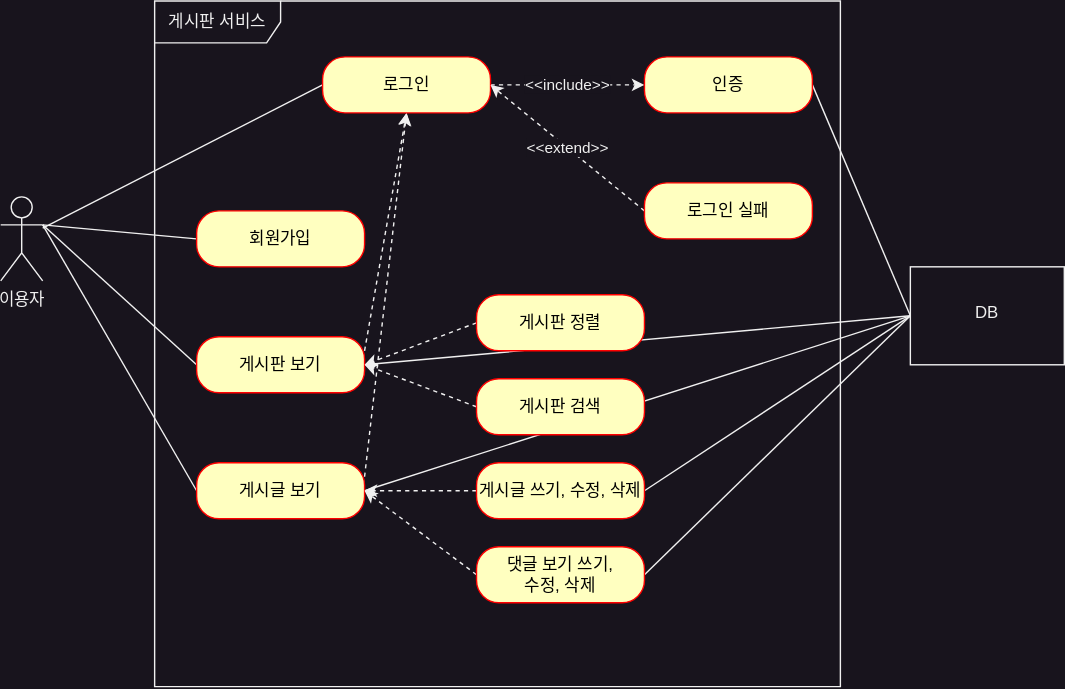
Above: document/use-case.svg in bookpark/fc-board (draw.io), before the change. Source tidied: cells renumbered, new cells last; positions are measured from the earlier drawing's top-left corner, leaving out a move shared by most shapes.
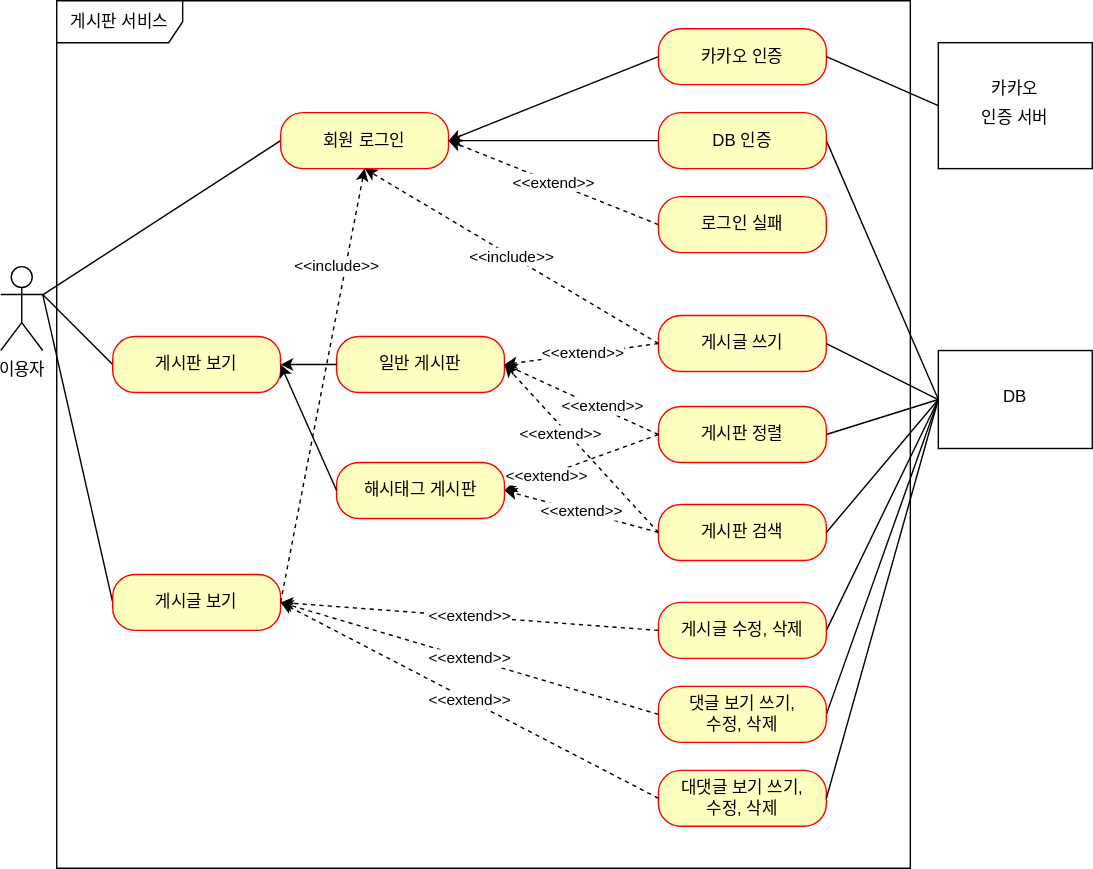
After the change.

Commit message:
#57 - use-case.svg: 카카오 인증 유즈 케이스 추가 (대댓글은 미리 표현함)

The edit, as a diff of the source:
```diff
@@ -6,91 +6,135 @@
       <mxGeometry y="140" width="30" height="60" as="geometry" />
     </mxCell>
     <mxCell id="3" value="&lt;font style=&quot;font-size: 12px;&quot;&gt;게시판 서비스&lt;/font&gt;" style="shape=umlFrame;whiteSpace=wrap;html=1;width=90;height=30;" parent="1" vertex="1">
-      <mxGeometry x="110" width="490" height="490" as="geometry" />
+      <mxGeometry x="40" y="-50" width="610" height="620" as="geometry" />
     </mxCell>
-    <mxCell id="4" style="edgeStyle=none;rounded=0;jettySize=auto;html=1;exitX=0;exitY=0.5;exitDx=0;exitDy=0;entryX=1;entryY=0.3333333333333333;entryDx=0;entryDy=0;entryPerimeter=0;endArrow=none;endFill=0;" parent="1" edge="1" source="5" target="2">
-      <mxGeometry relative="1" as="geometry" />
-    </mxCell>
-    <mxCell id="5" value="회원가입" style="rounded=1;whiteSpace=wrap;html=1;arcSize=40;fontColor=#000000;fillColor=#ffffc0;strokeColor=#ff0000;" parent="1" vertex="1">
-      <mxGeometry x="140" y="150" width="120" height="40" as="geometry" />
-    </mxCell>
     <mxCell id="6" style="edgeStyle=none;rounded=0;jettySize=auto;html=1;exitX=0;exitY=0.5;exitDx=0;exitDy=0;entryX=1;entryY=0.3333333333333333;entryDx=0;entryDy=0;entryPerimeter=0;endArrow=none;endFill=0;" parent="1" edge="1" source="9" target="2">
       <mxGeometry relative="1" as="geometry" />
     </mxCell>
-    <mxCell id="7" style="edgeStyle=none;rounded=0;jettySize=auto;html=1;exitX=1;exitY=0.25;exitDx=0;exitDy=0;entryX=0.5;entryY=1;entryDx=0;entryDy=0;dashed=1;" parent="1" edge="1" source="9" target="16">
-      <mxGeometry relative="1" as="geometry" />
-    </mxCell>
-    <mxCell id="8" style="edgeStyle=none;rounded=0;jettySize=auto;html=1;exitX=1;exitY=0.5;exitDx=0;exitDy=0;entryX=0;entryY=0.5;entryDx=0;entryDy=0;endArrow=none;endFill=0;" parent="1" edge="1" source="9" target="31">
-      <mxGeometry relative="1" as="geometry" />
-    </mxCell>
     <mxCell id="9" value="게시판 보기" style="rounded=1;whiteSpace=wrap;html=1;arcSize=40;fontColor=#000000;fillColor=#ffffc0;strokeColor=#ff0000;" parent="1" vertex="1">
-      <mxGeometry x="140" y="240" width="120" height="40" as="geometry" />
+      <mxGeometry x="80" y="190" width="120" height="40" as="geometry" />
     </mxCell>
     <mxCell id="10" style="edgeStyle=none;rounded=0;jettySize=auto;html=1;exitX=0;exitY=0.5;exitDx=0;exitDy=0;entryX=1;entryY=0.3333333333333333;entryDx=0;entryDy=0;entryPerimeter=0;endArrow=none;endFill=0;" parent="1" edge="1" source="13" target="2">
       <mxGeometry relative="1" as="geometry" />
     </mxCell>
-    <mxCell id="11" style="edgeStyle=none;rounded=0;jettySize=auto;html=1;entryX=0.5;entryY=1;entryDx=0;entryDy=0;dashed=1;exitX=1;exitY=0.25;exitDx=0;exitDy=0;" parent="1" edge="1" source="13" target="16">
-      <mxGeometry relative="1" as="geometry" />
-    </mxCell>
-    <mxCell id="12" style="edgeStyle=none;rounded=0;jettySize=auto;html=1;exitX=1;exitY=0.5;exitDx=0;exitDy=0;entryX=0;entryY=0.5;entryDx=0;entryDy=0;endArrow=none;endFill=0;" parent="1" edge="1" source="13" target="31">
+    <mxCell id="12" style="edgeStyle=none;rounded=0;jettySize=auto;html=1;exitX=1;exitY=0.5;exitDx=0;exitDy=0;entryX=0;entryY=0.5;entryDx=0;entryDy=0;endArrow=none;endFill=0;" parent="1" edge="1" source="22" target="31">
       <mxGeometry relative="1" as="geometry" />
     </mxCell>
     <mxCell id="13" value="게시글 보기" style="rounded=1;whiteSpace=wrap;html=1;arcSize=40;fontColor=#000000;fillColor=#ffffc0;strokeColor=#ff0000;" parent="1" vertex="1">
-      <mxGeometry x="140" y="330" width="120" height="40" as="geometry" />
+      <mxGeometry x="80" y="360" width="120" height="40" as="geometry" />
     </mxCell>
     <mxCell id="14" style="rounded=0;jettySize=auto;html=1;exitX=0;exitY=0.5;exitDx=0;exitDy=0;endArrow=none;endFill=0;" parent="1" edge="1" source="16" target="2">
       <mxGeometry relative="1" as="geometry" />
     </mxCell>
-    <mxCell id="15" value="&amp;lt;&amp;lt;include&amp;gt;&amp;gt;" style="edgeStyle=none;rounded=0;jettySize=auto;html=1;exitX=1;exitY=0.5;exitDx=0;exitDy=0;entryX=0;entryY=0.5;entryDx=0;entryDy=0;endArrow=classic;endFill=1;dashed=1;" parent="1" edge="1" source="16" target="18">
-      <mxGeometry relative="1" as="geometry" />
-    </mxCell>
-    <mxCell id="16" value="로그인" style="rounded=1;whiteSpace=wrap;html=1;arcSize=40;fontColor=#000000;fillColor=#ffffc0;strokeColor=#ff0000;" parent="1" vertex="1">
-      <mxGeometry x="230" y="40" width="120" height="40" as="geometry" />
+    <mxCell id="16" value="회원 로그인" style="rounded=1;whiteSpace=wrap;html=1;arcSize=40;fontColor=#000000;fillColor=#ffffc0;strokeColor=#ff0000;" parent="1" vertex="1">
+      <mxGeometry x="200" y="30" width="120" height="40" as="geometry" />
     </mxCell>
     <mxCell id="17" style="edgeStyle=none;rounded=0;jettySize=auto;html=1;exitX=1;exitY=0.5;exitDx=0;exitDy=0;entryX=0;entryY=0.5;entryDx=0;entryDy=0;endArrow=none;endFill=0;" parent="1" edge="1" source="18" target="31">
       <mxGeometry relative="1" as="geometry" />
     </mxCell>
+    <mxCell id="32" style="edgeStyle=orthogonalEdgeStyle;rounded=0;jettySize=auto;html=1;exitX=0;exitY=0.5;exitDx=0;exitDy=0;entryX=1;entryY=0.5;entryDx=0;entryDy=0;" parent="1" edge="1" source="18" target="16">
+      <mxGeometry relative="1" as="geometry" />
+    </mxCell>
-    <mxCell id="18" value="인증" style="rounded=1;whiteSpace=wrap;html=1;arcSize=40;fontColor=#000000;fillColor=#ffffc0;strokeColor=#ff0000;" parent="1" vertex="1">
-      <mxGeometry x="460" y="40" width="120" height="40" as="geometry" />
+    <mxCell id="18" value="DB 인증" style="rounded=1;whiteSpace=wrap;html=1;arcSize=40;fontColor=#000000;fillColor=#ffffc0;strokeColor=#ff0000;" parent="1" vertex="1">
+      <mxGeometry x="470" y="30" width="120" height="40" as="geometry" />
     </mxCell>
     <mxCell id="19" value="&amp;lt;&amp;lt;extend&amp;gt;&amp;gt;" style="edgeStyle=none;rounded=0;jettySize=auto;html=1;exitX=0;exitY=0.5;exitDx=0;exitDy=0;entryX=1;entryY=0.5;entryDx=0;entryDy=0;endArrow=classic;endFill=1;dashed=1;" parent="1" edge="1" source="20" target="16">
       <mxGeometry relative="1" as="geometry" />
     </mxCell>
     <mxCell id="20" value="로그인 실패" style="rounded=1;whiteSpace=wrap;html=1;arcSize=40;fontColor=#000000;fillColor=#ffffc0;strokeColor=#ff0000;" parent="1" vertex="1">
-      <mxGeometry x="460" y="130" width="120" height="40" as="geometry" />
+      <mxGeometry x="470" y="90" width="120" height="40" as="geometry" />
     </mxCell>
-    <mxCell id="21" style="edgeStyle=none;rounded=0;jettySize=auto;html=1;exitX=0;exitY=0.5;exitDx=0;exitDy=0;entryX=1;entryY=0.5;entryDx=0;entryDy=0;dashed=1;" parent="1" edge="1" source="22" target="9">
-      <mxGeometry relative="1" as="geometry" />
-    </mxCell>
     <mxCell id="22" value="게시판 정렬" style="rounded=1;whiteSpace=wrap;html=1;arcSize=40;fontColor=#000000;fillColor=#ffffc0;strokeColor=#ff0000;" parent="1" vertex="1">
-      <mxGeometry x="340" y="210" width="120" height="40" as="geometry" />
+      <mxGeometry x="470" y="240" width="120" height="40" as="geometry" />
     </mxCell>
-    <mxCell id="23" style="edgeStyle=none;rounded=0;jettySize=auto;html=1;exitX=0;exitY=0.5;exitDx=0;exitDy=0;entryX=1;entryY=0.5;entryDx=0;entryDy=0;dashed=1;" parent="1" edge="1" source="24" target="9">
-      <mxGeometry relative="1" as="geometry" />
-    </mxCell>
     <mxCell id="24" value="게시판 검색" style="rounded=1;whiteSpace=wrap;html=1;arcSize=40;fontColor=#000000;fillColor=#ffffc0;strokeColor=#ff0000;" parent="1" vertex="1">
-      <mxGeometry x="340" y="270" width="120" height="40" as="geometry" />
+      <mxGeometry x="470" y="310" width="120" height="40" as="geometry" />
     </mxCell>
-    <mxCell id="25" style="edgeStyle=none;rounded=0;jettySize=auto;html=1;exitX=0;exitY=0.5;exitDx=0;exitDy=0;entryX=1;entryY=0.5;entryDx=0;entryDy=0;dashed=1;" parent="1" edge="1" source="27" target="13">
-      <mxGeometry relative="1" as="geometry" />
-    </mxCell>
     <mxCell id="26" style="edgeStyle=none;rounded=0;jettySize=auto;html=1;exitX=1;exitY=0.5;exitDx=0;exitDy=0;entryX=0;entryY=0.5;entryDx=0;entryDy=0;endArrow=none;endFill=0;" parent="1" edge="1" source="27" target="31">
       <mxGeometry relative="1" as="geometry" />
     </mxCell>
-    <mxCell id="27" value="게시글 쓰기, 수정, 삭제" style="rounded=1;whiteSpace=wrap;html=1;arcSize=40;fontColor=#000000;fillColor=#ffffc0;strokeColor=#ff0000;" parent="1" vertex="1">
-      <mxGeometry x="340" y="330" width="120" height="40" as="geometry" />
+    <mxCell id="27" value="게시글 수정, 삭제" style="rounded=1;whiteSpace=wrap;html=1;arcSize=40;fontColor=#000000;fillColor=#ffffc0;strokeColor=#ff0000;" parent="1" vertex="1">
+      <mxGeometry x="470" y="380" width="120" height="40" as="geometry" />
     </mxCell>
-    <mxCell id="28" style="edgeStyle=none;rounded=0;jettySize=auto;html=1;exitX=0;exitY=0.5;exitDx=0;exitDy=0;entryX=1;entryY=0.5;entryDx=0;entryDy=0;dashed=1;" parent="1" edge="1" source="30" target="13">
-      <mxGeometry relative="1" as="geometry" />
-    </mxCell>
     <mxCell id="29" style="edgeStyle=none;rounded=0;jettySize=auto;html=1;exitX=1;exitY=0.5;exitDx=0;exitDy=0;entryX=0;entryY=0.5;entryDx=0;entryDy=0;endArrow=none;endFill=0;" parent="1" edge="1" source="30" target="31">
       <mxGeometry relative="1" as="geometry" />
     </mxCell>
     <mxCell id="30" value="댓글 보기 쓰기, &lt;br&gt;수정, 삭제" style="rounded=1;whiteSpace=wrap;html=1;arcSize=40;fontColor=#000000;fillColor=#ffffc0;strokeColor=#ff0000;" parent="1" vertex="1">
-      <mxGeometry x="340" y="390" width="120" height="40" as="geometry" />
+      <mxGeometry x="470" y="440" width="120" height="40" as="geometry" />
     </mxCell>
     <mxCell id="31" value="&lt;p style=&quot;margin:0px;margin-top:6px;text-align:center;&quot;&gt;&lt;br&gt;&lt;/p&gt;&lt;p style=&quot;margin:0px;margin-top:6px;text-align:center;&quot;&gt;DB&lt;/p&gt;" style="align=left;overflow=fill;html=1;whiteSpace=wrap;" parent="1" vertex="1">
-      <mxGeometry x="650" y="190" width="110" height="70" as="geometry" />
+      <mxGeometry x="670" y="200" width="110" height="70" as="geometry" />
     </mxCell>
+    <mxCell id="33" value="일반 게시판" style="rounded=1;whiteSpace=wrap;html=1;arcSize=40;fontColor=#000000;fillColor=#ffffc0;strokeColor=#ff0000;" parent="1" vertex="1">
+      <mxGeometry x="240" y="190" width="120" height="40" as="geometry" />
+    </mxCell>
+    <mxCell id="34" value="해시태그 게시판" style="rounded=1;whiteSpace=wrap;html=1;arcSize=40;fontColor=#000000;fillColor=#ffffc0;strokeColor=#ff0000;" parent="1" vertex="1">
+      <mxGeometry x="240" y="280" width="120" height="40" as="geometry" />
+    </mxCell>
+    <mxCell id="35" value="게시글 쓰기" style="rounded=1;whiteSpace=wrap;html=1;arcSize=40;fontColor=#000000;fillColor=#ffffc0;strokeColor=#ff0000;" parent="1" vertex="1">
+      <mxGeometry x="470" y="175" width="120" height="40" as="geometry" />
+    </mxCell>
+    <mxCell id="36" value="&amp;lt;&amp;lt;include&amp;gt;&amp;gt;" style="edgeStyle=none;rounded=0;jettySize=auto;html=1;exitX=0;exitY=0.5;exitDx=0;exitDy=0;entryX=0.5;entryY=1;entryDx=0;entryDy=0;endArrow=classic;endFill=1;dashed=1;" parent="1" edge="1" source="35" target="16">
+      <mxGeometry relative="1" as="geometry" />
+    </mxCell>
+    <mxCell id="25" value="&amp;lt;&amp;lt;extend&amp;gt;&amp;gt;" style="edgeStyle=none;rounded=0;jettySize=auto;html=1;endArrow=classic;endFill=1;dashed=1;exitX=0;exitY=0.5;exitDx=0;exitDy=0;entryX=1;entryY=0.5;entryDx=0;entryDy=0;" parent="1" edge="1" source="27" target="13">
+      <mxGeometry relative="1" as="geometry" />
+    </mxCell>
+    <mxCell id="28" value="&amp;lt;&amp;lt;extend&amp;gt;&amp;gt;" style="edgeStyle=none;rounded=0;jettySize=auto;html=1;exitX=0;exitY=0.5;exitDx=0;exitDy=0;entryX=1;entryY=0.5;entryDx=0;entryDy=0;endArrow=classic;endFill=1;dashed=1;" parent="1" edge="1" source="30" target="13">
+      <mxGeometry relative="1" as="geometry" />
+    </mxCell>
+    <mxCell id="37" value="대댓글 보기 쓰기, &lt;br&gt;수정, 삭제" style="rounded=1;whiteSpace=wrap;html=1;arcSize=40;fontColor=#000000;fillColor=#ffffc0;strokeColor=#ff0000;" parent="1" vertex="1">
+      <mxGeometry x="470" y="500" width="120" height="40" as="geometry" />
+    </mxCell>
+    <mxCell id="38" value="&amp;lt;&amp;lt;extend&amp;gt;&amp;gt;" style="edgeStyle=none;rounded=0;jettySize=auto;html=1;exitX=0;exitY=0.5;exitDx=0;exitDy=0;entryX=1;entryY=0.5;entryDx=0;entryDy=0;endArrow=classic;endFill=1;dashed=1;" parent="1" edge="1" source="37" target="13">
+      <mxGeometry relative="1" as="geometry" />
+    </mxCell>
+    <mxCell id="39" value="&amp;lt;&amp;lt;extend&amp;gt;&amp;gt;" style="edgeStyle=none;rounded=0;jettySize=auto;html=1;endArrow=classic;endFill=1;dashed=1;entryX=1;entryY=0.5;entryDx=0;entryDy=0;" parent="1" edge="1" target="33">
+      <mxGeometry relative="1" as="geometry">
+        <mxPoint x="470" y="195" as="sourcePoint" />
+      </mxGeometry>
+    </mxCell>
+    <mxCell id="40" value="&amp;lt;&amp;lt;extend&amp;gt;&amp;gt;" style="edgeStyle=none;rounded=0;jettySize=auto;html=1;exitX=0;exitY=0.5;exitDx=0;exitDy=0;endArrow=classic;endFill=1;dashed=1;entryX=1;entryY=0.5;entryDx=0;entryDy=0;" parent="1" edge="1" source="22" target="33">
+      <mxGeometry x="-0.26" y="-2" relative="1" as="geometry" />
+    </mxCell>
+    <mxCell id="41" value="&amp;lt;&amp;lt;extend&amp;gt;&amp;gt;" style="edgeStyle=none;rounded=0;jettySize=auto;html=1;exitX=0;exitY=0.5;exitDx=0;exitDy=0;endArrow=classic;endFill=1;dashed=1;entryX=1;entryY=0.5;entryDx=0;entryDy=0;" parent="1" edge="1" source="22" target="34">
+      <mxGeometry x="0.46" y="1" relative="1" as="geometry" />
+    </mxCell>
+    <mxCell id="42" value="&amp;lt;&amp;lt;extend&amp;gt;&amp;gt;" style="edgeStyle=none;rounded=0;jettySize=auto;html=1;exitX=0;exitY=0.5;exitDx=0;exitDy=0;endArrow=classic;endFill=1;dashed=1;entryX=1;entryY=0.5;entryDx=0;entryDy=0;" parent="1" edge="1" source="24" target="33">
+      <mxGeometry x="0.22" y="4" relative="1" as="geometry" />
+    </mxCell>
+    <mxCell id="43" value="&amp;lt;&amp;lt;extend&amp;gt;&amp;gt;" style="edgeStyle=none;rounded=0;jettySize=auto;html=1;exitX=0;exitY=0.5;exitDx=0;exitDy=0;entryX=1;entryY=0.5;entryDx=0;entryDy=0;endArrow=classic;endFill=1;dashed=1;" parent="1" edge="1" source="24" target="34">
+      <mxGeometry relative="1" as="geometry" />
+    </mxCell>
+    <mxCell id="44" style="endArrow=classic;html=1;rounded=0;exitX=0;exitY=0.5;exitDx=0;exitDy=0;entryX=1;entryY=0.5;entryDx=0;entryDy=0;" parent="1" edge="1" source="34" target="9">
+      <mxGeometry relative="1" as="geometry" />
+    </mxCell>
+    <mxCell id="45" style="endArrow=classic;html=1;rounded=0;exitX=0;exitY=0.5;exitDx=0;exitDy=0;entryX=1;entryY=0.5;entryDx=0;entryDy=0;" parent="1" edge="1" source="33" target="9">
+      <mxGeometry relative="1" as="geometry" />
+    </mxCell>
+    <mxCell id="11" value="&amp;lt;&amp;lt;include&amp;gt;&amp;gt;" style="edgeStyle=none;rounded=0;jettySize=auto;html=1;exitX=1;exitY=0.5;exitDx=0;exitDy=0;endArrow=classic;endFill=1;dashed=1;entryX=0.5;entryY=1;entryDx=0;entryDy=0;" parent="1" edge="1" source="13" target="16">
+      <mxGeometry x="0.54" y="6" relative="1" as="geometry" />
+    </mxCell>
+    <mxCell id="46" style="edgeStyle=none;rounded=0;jettySize=auto;html=1;exitX=1;exitY=0.5;exitDx=0;exitDy=0;entryX=0;entryY=0.5;entryDx=0;entryDy=0;endArrow=none;endFill=0;" parent="1" edge="1" source="24" target="31">
+      <mxGeometry relative="1" as="geometry" />
+    </mxCell>
+    <mxCell id="47" style="edgeStyle=none;rounded=0;jettySize=auto;html=1;exitX=1;exitY=0.5;exitDx=0;exitDy=0;entryX=0;entryY=0.5;entryDx=0;entryDy=0;endArrow=none;endFill=0;" parent="1" edge="1" source="37" target="31">
+      <mxGeometry relative="1" as="geometry" />
+    </mxCell>
+    <mxCell id="48" style="edgeStyle=none;rounded=0;jettySize=auto;html=1;exitX=1;exitY=0.5;exitDx=0;exitDy=0;entryX=0;entryY=0.5;entryDx=0;entryDy=0;endArrow=none;endFill=0;" parent="1" edge="1" source="35" target="31">
+      <mxGeometry relative="1" as="geometry" />
+    </mxCell>
+    <mxCell id="49" style="rounded=0;jettySize=auto;html=1;exitX=0;exitY=0.5;exitDx=0;exitDy=0;entryX=1;entryY=0.5;entryDx=0;entryDy=0;endArrow=classic;endFill=1;" parent="1" edge="1" source="50" target="16">
+      <mxGeometry relative="1" as="geometry" />
+    </mxCell>
+    <mxCell id="50" value="카카오 인증" style="rounded=1;whiteSpace=wrap;html=1;arcSize=40;fontColor=#000000;fillColor=#ffffc0;strokeColor=#ff0000;" parent="1" vertex="1">
+      <mxGeometry x="470" y="-30" width="120" height="40" as="geometry" />
+    </mxCell>
+    <mxCell id="51" value="&lt;p style=&quot;margin:0px;margin-top:6px;text-align:center;&quot;&gt;&lt;span style=&quot;background-color: initial;&quot;&gt;&lt;br&gt;&lt;/span&gt;&lt;/p&gt;&lt;p style=&quot;margin:0px;margin-top:6px;text-align:center;&quot;&gt;&lt;span style=&quot;background-color: initial;&quot;&gt;카카오&lt;/span&gt;&lt;br&gt;&lt;/p&gt;&lt;p style=&quot;margin:0px;margin-top:6px;text-align:center;&quot;&gt;인증 서버&lt;/p&gt;" style="align=left;overflow=fill;html=1;whiteSpace=wrap;" parent="1" vertex="1">
+      <mxGeometry x="670" y="-20" width="110" height="90" as="geometry" />
+    </mxCell>
+    <mxCell id="52" style="edgeStyle=none;rounded=0;jettySize=auto;html=1;exitX=1;exitY=0.5;exitDx=0;exitDy=0;entryX=0;entryY=0.5;entryDx=0;entryDy=0;endArrow=none;endFill=0;" parent="1" edge="1" source="50" target="51">
+      <mxGeometry relative="1" as="geometry" />
+    </mxCell>
   </root>
 </mxGraphModel>
```
